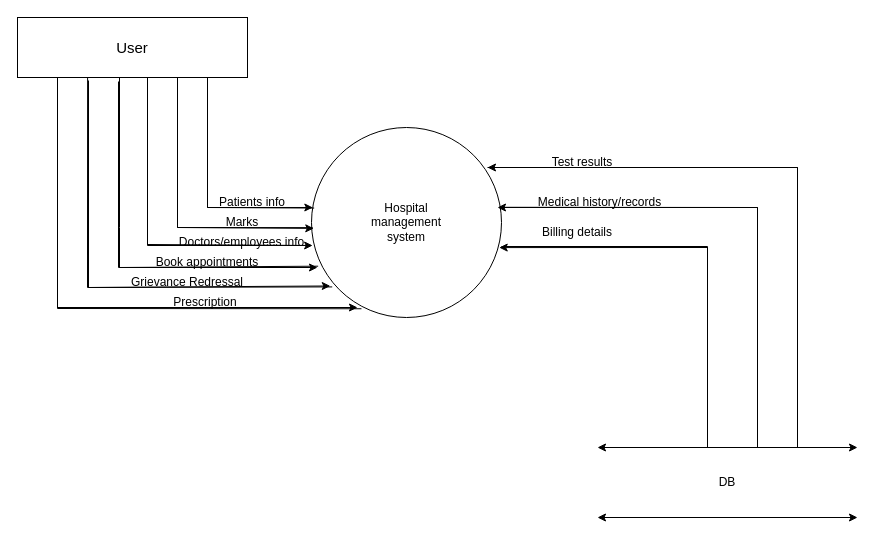
Above: hospital_mamagement_system.drawio in mdarslan7/sepm_lab_diagrams (draw.io), before the change. Source tidied: cells renumbered, new cells numbered last; positions are measured from the earlier drawing's top-left corner, leaving out a move shared by most shapes. Both pictures are drawn from the tidied source at 100%, with x=0, y=0 at pixel (17, 17).
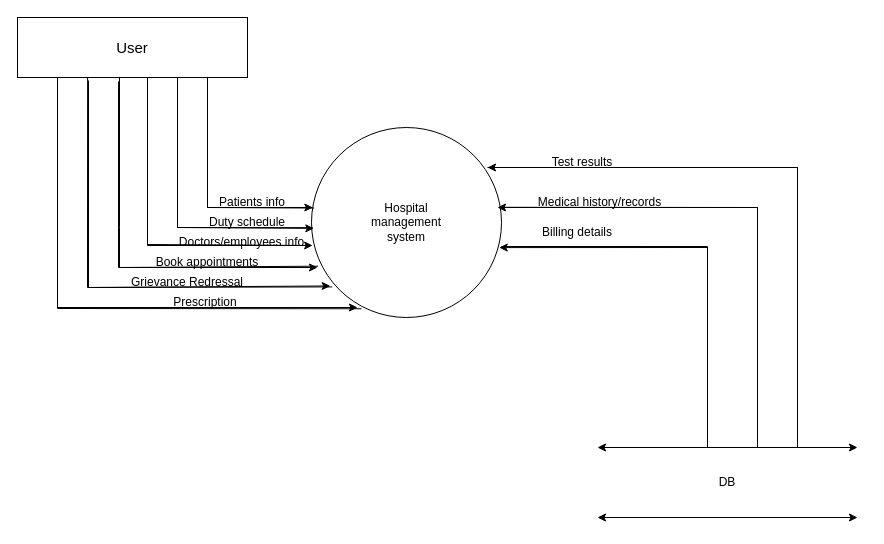
The same page after the edit.

What changed in the source:
```diff
@@
-    <mxCell id="25" value="Marks" style="text;html=1;align=center;verticalAlign=middle;whiteSpace=wrap;rounded=0;" parent="1" vertex="1">
-      <mxGeometry x="190" y="190" width="70" height="30" as="geometry" />
+    <mxCell id="25" value="Duty schedule" style="text;html=1;align=center;verticalAlign=middle;whiteSpace=wrap;rounded=0;" parent="1" vertex="1">
+      <mxGeometry x="190" y="190" width="80" height="30" as="geometry" />
     </mxCell>
```
